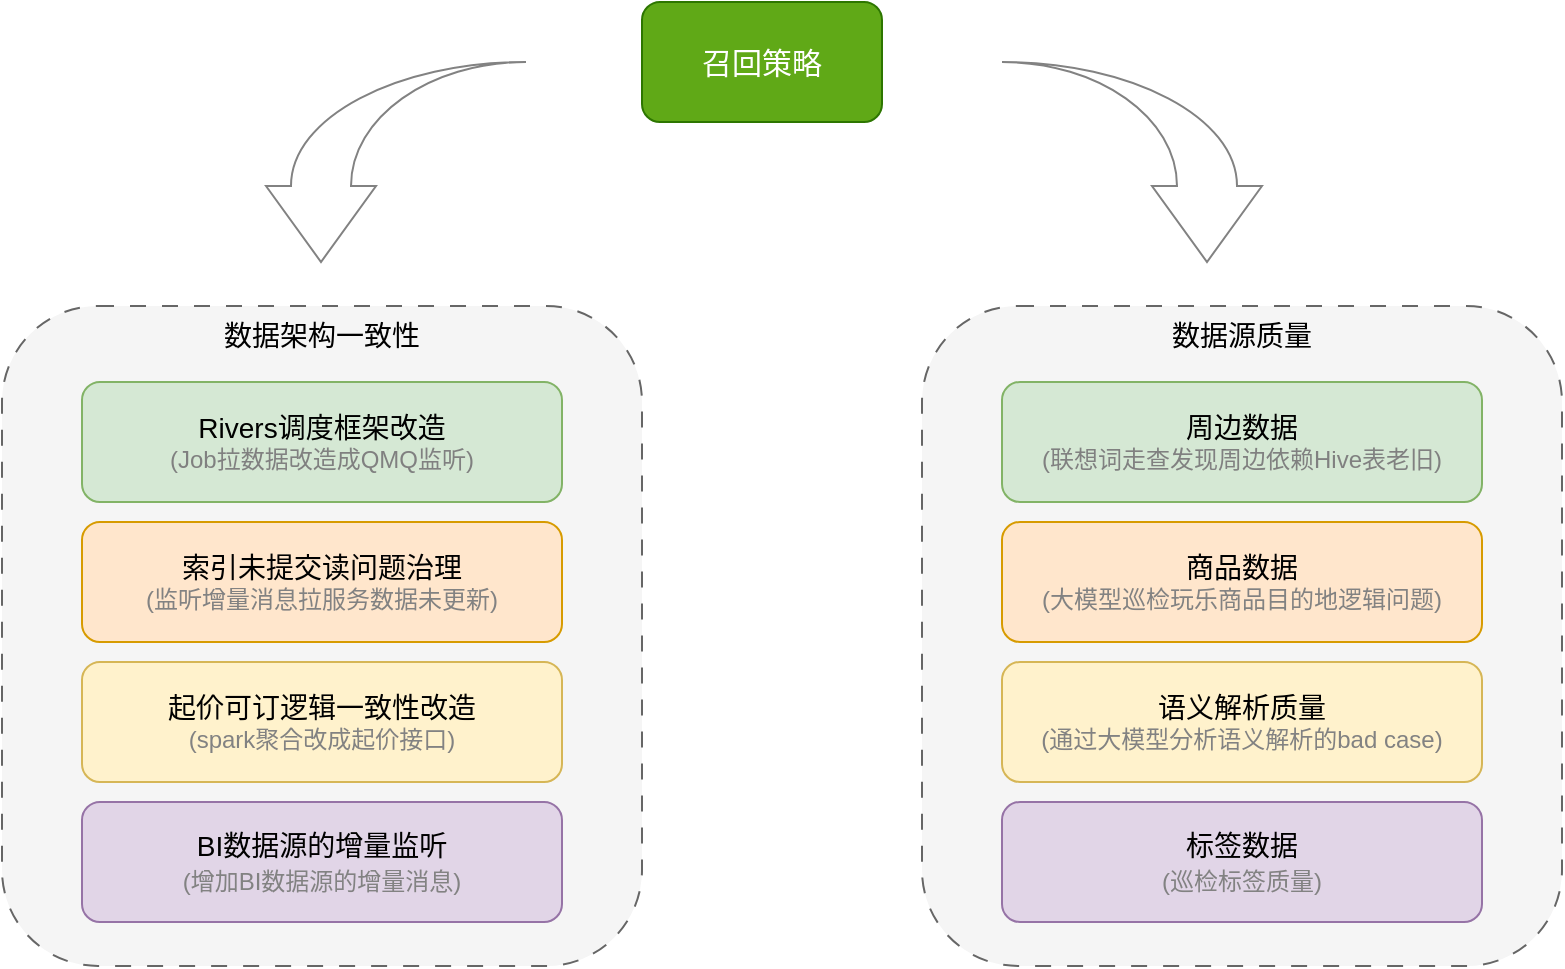
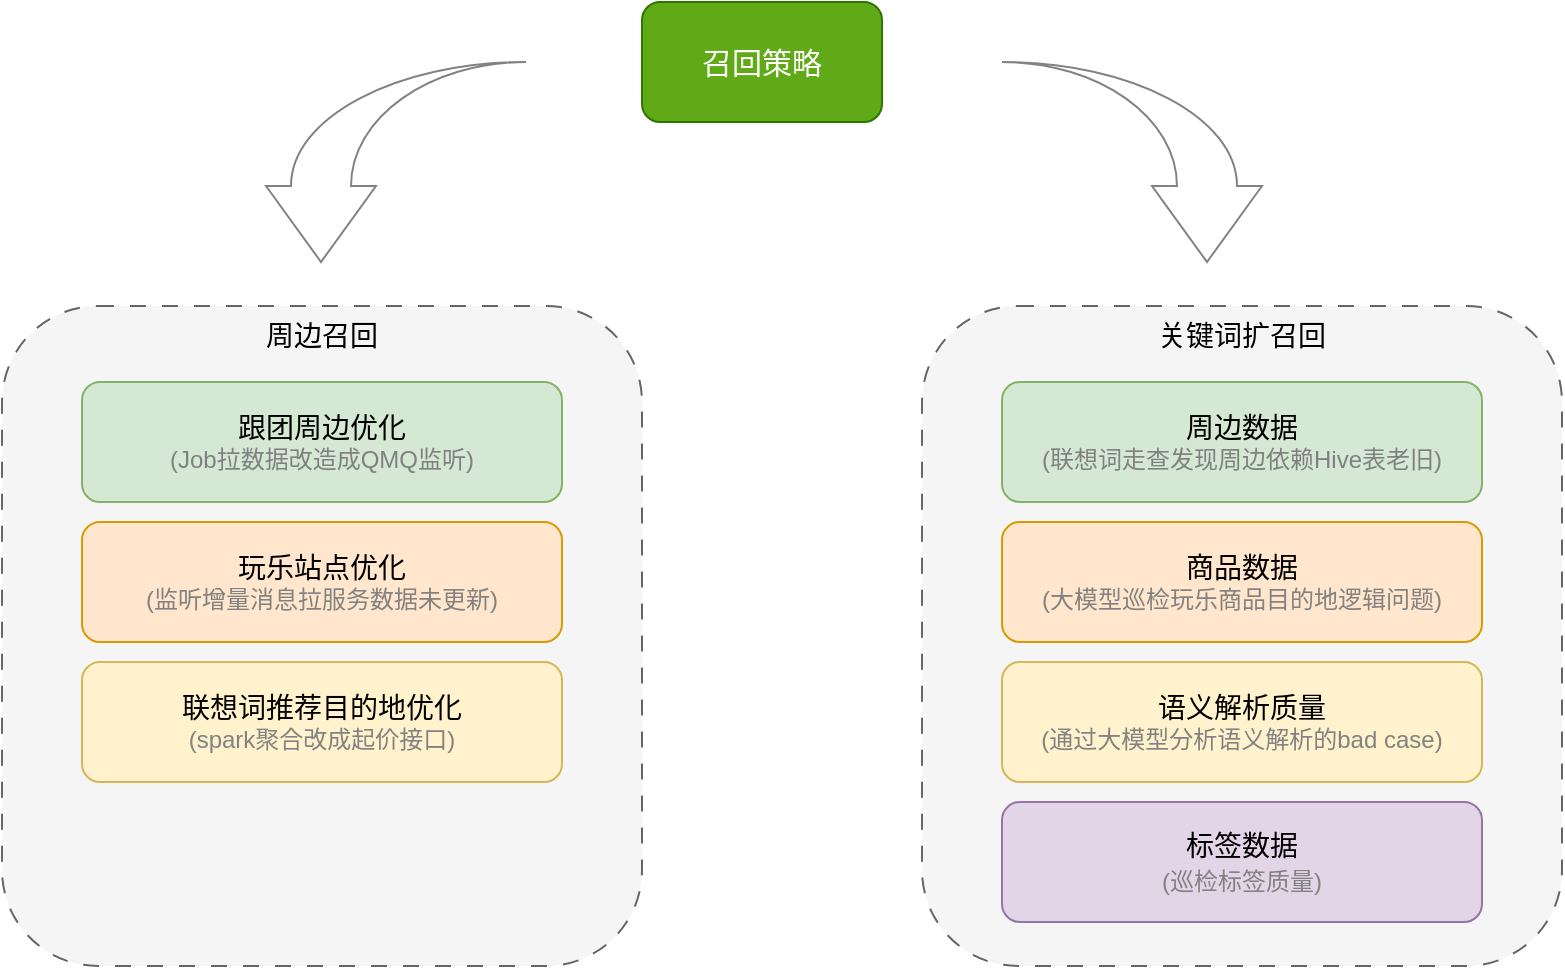
<mxfile host="app.diagrams.net">
  <diagram name="第 1 页" id="HggIV__XsqTyonJ1V2dg">
    <mxGraphModel dx="1414" dy="743" grid="1" gridSize="10" guides="1" tooltips="1" connect="1" arrows="1" fold="1" page="1" pageScale="1" pageWidth="827" pageHeight="1169" math="0" shadow="0">
      <root>
        <mxCell id="0" />
        <mxCell id="1" parent="0" />
        <mxCell id="tiq02iPz70t7-fE421Gr-2" connectable="0" parent="1" style="group" value="" vertex="1">
          <mxGeometry height="482" width="780" x="30" y="20" as="geometry" />
        </mxCell>
        <mxCell id="tiq02iPz70t7-fE421Gr-3" parent="tiq02iPz70t7-fE421Gr-2" style="rounded=1;whiteSpace=wrap;html=1;fillColor=#60a917;strokeColor=#2D7600;fontColor=#ffffff;" value="&lt;font style=&quot;font-size: 15px;&quot;&gt;召回策略&lt;/font&gt;" vertex="1">
          <mxGeometry height="60" width="120" x="320" as="geometry" />
        </mxCell>
        <mxCell id="tiq02iPz70t7-fE421Gr-4" parent="tiq02iPz70t7-fE421Gr-2" style="rounded=1;whiteSpace=wrap;html=1;dashed=1;dashPattern=8 8;fillColor=#f5f5f5;fontColor=#333333;strokeColor=#666666;" value="" vertex="1">
          <mxGeometry height="330" width="320" y="152" as="geometry" />
        </mxCell>
-         <mxCell id="tiq02iPz70t7-fE421Gr-5" parent="tiq02iPz70t7-fE421Gr-2" style="rounded=1;whiteSpace=wrap;html=1;fillColor=#d5e8d4;strokeColor=#82b366;" value="&lt;font style=&quot;font-size: 14px;&quot;&gt;Rivers调度框架改造&lt;/font&gt;&lt;div&gt;&lt;span style=&quot;color: light-dark(rgb(128, 128, 128), rgb(255, 255, 255));&quot;&gt;(Job拉数据&lt;span style=&quot;background-color: transparent;&quot;&gt;改造成QMQ监听)&lt;/span&gt;&lt;/span&gt;&lt;/div&gt;" vertex="1">
+         <mxCell id="tiq02iPz70t7-fE421Gr-5" parent="tiq02iPz70t7-fE421Gr-2" style="rounded=1;whiteSpace=wrap;html=1;fillColor=#d5e8d4;strokeColor=#82b366;" value="&lt;font style=&quot;font-size: 14px;&quot;&gt;跟团周边优化&lt;/font&gt;&lt;div&gt;&lt;span style=&quot;color: light-dark(rgb(128, 128, 128), rgb(255, 255, 255));&quot;&gt;(Job拉数据&lt;span style=&quot;background-color: transparent;&quot;&gt;改造成QMQ监听)&lt;/span&gt;&lt;/span&gt;&lt;/div&gt;" vertex="1">
          <mxGeometry height="60" width="240" x="40" y="190" as="geometry" />
        </mxCell>
-         <mxCell id="tiq02iPz70t7-fE421Gr-6" parent="tiq02iPz70t7-fE421Gr-2" style="rounded=1;whiteSpace=wrap;html=1;fillColor=#ffe6cc;strokeColor=#d79b00;" value="&lt;div data-page-id=&quot;RyA2dkQfAo6vjfxjHSMc7yh9nOb&quot; data-lark-html-role=&quot;root&quot; data-docx-has-block-data=&quot;false&quot;&gt;&lt;div class=&quot;old-record-id-T3LcdIdbMojNDJxLqQOcARHGnTf&quot;&gt;&lt;font style=&quot;font-size: 14px;&quot;&gt;索引未提交读问题治理&lt;/font&gt;&lt;/div&gt;&lt;div class=&quot;old-record-id-T3LcdIdbMojNDJxLqQOcARHGnTf&quot;&gt;&lt;font style=&quot;color: rgb(130, 130, 130);&quot;&gt;(监听增量消息拉服务数据未更新)&lt;/font&gt;&lt;/div&gt;&lt;/div&gt;&lt;span data-lark-record-data=&quot;{&amp;quot;rootId&amp;quot;:&amp;quot;RyA2dkQfAo6vjfxjHSMc7yh9nOb&amp;quot;,&amp;quot;text&amp;quot;:{&amp;quot;initialAttributedTexts&amp;quot;:{&amp;quot;text&amp;quot;:{&amp;quot;0&amp;quot;:&amp;quot;索引未提交读问题治理&amp;quot;},&amp;quot;attribs&amp;quot;:{&amp;quot;0&amp;quot;:&amp;quot;*0+a&amp;quot;}},&amp;quot;apool&amp;quot;:{&amp;quot;numToAttrib&amp;quot;:{&amp;quot;0&amp;quot;:[&amp;quot;author&amp;quot;,&amp;quot;7514862704348151811&amp;quot;]},&amp;quot;nextNum&amp;quot;:1}},&amp;quot;type&amp;quot;:&amp;quot;text&amp;quot;,&amp;quot;referenceRecordMap&amp;quot;:{},&amp;quot;extra&amp;quot;:{&amp;quot;channel&amp;quot;:&amp;quot;saas&amp;quot;,&amp;quot;isEqualBlockSelection&amp;quot;:false,&amp;quot;pasteRandomId&amp;quot;:&amp;quot;af7d7ebb-5849-4b27-9374-e3078228d6c2&amp;quot;,&amp;quot;mention_page_title&amp;quot;:{},&amp;quot;external_mention_url&amp;quot;:{}},&amp;quot;isKeepQuoteContainer&amp;quot;:false,&amp;quot;isFromCode&amp;quot;:false,&amp;quot;selection&amp;quot;:[{&amp;quot;id&amp;quot;:904,&amp;quot;type&amp;quot;:&amp;quot;text&amp;quot;,&amp;quot;selection&amp;quot;:{&amp;quot;start&amp;quot;:0,&amp;quot;end&amp;quot;:10},&amp;quot;recordId&amp;quot;:&amp;quot;T3LcdIdbMojNDJxLqQOcARHGnTf&amp;quot;}],&amp;quot;payloadMap&amp;quot;:{},&amp;quot;isCut&amp;quot;:false}&quot; data-lark-record-format=&quot;docx/text&quot; class=&quot;lark-record-clipboard&quot;&gt;&lt;/span&gt;" vertex="1">
+         <mxCell id="tiq02iPz70t7-fE421Gr-6" parent="tiq02iPz70t7-fE421Gr-2" style="rounded=1;whiteSpace=wrap;html=1;fillColor=#ffe6cc;strokeColor=#d79b00;" value="&lt;div data-page-id=&quot;RyA2dkQfAo6vjfxjHSMc7yh9nOb&quot; data-lark-html-role=&quot;root&quot; data-docx-has-block-data=&quot;false&quot;&gt;&lt;div class=&quot;old-record-id-T3LcdIdbMojNDJxLqQOcARHGnTf&quot;&gt;&lt;font style=&quot;font-size: 14px;&quot;&gt;玩乐站点优化&lt;/font&gt;&lt;/div&gt;&lt;div class=&quot;old-record-id-T3LcdIdbMojNDJxLqQOcARHGnTf&quot;&gt;&lt;font style=&quot;color: rgb(130, 130, 130);&quot;&gt;(监听增量消息拉服务数据未更新)&lt;/font&gt;&lt;/div&gt;&lt;/div&gt;&lt;span data-lark-record-data=&quot;{&amp;quot;rootId&amp;quot;:&amp;quot;RyA2dkQfAo6vjfxjHSMc7yh9nOb&amp;quot;,&amp;quot;text&amp;quot;:{&amp;quot;initialAttributedTexts&amp;quot;:{&amp;quot;text&amp;quot;:{&amp;quot;0&amp;quot;:&amp;quot;索引未提交读问题治理&amp;quot;},&amp;quot;attribs&amp;quot;:{&amp;quot;0&amp;quot;:&amp;quot;*0+a&amp;quot;}},&amp;quot;apool&amp;quot;:{&amp;quot;numToAttrib&amp;quot;:{&amp;quot;0&amp;quot;:[&amp;quot;author&amp;quot;,&amp;quot;7514862704348151811&amp;quot;]},&amp;quot;nextNum&amp;quot;:1}},&amp;quot;type&amp;quot;:&amp;quot;text&amp;quot;,&amp;quot;referenceRecordMap&amp;quot;:{},&amp;quot;extra&amp;quot;:{&amp;quot;channel&amp;quot;:&amp;quot;saas&amp;quot;,&amp;quot;isEqualBlockSelection&amp;quot;:false,&amp;quot;pasteRandomId&amp;quot;:&amp;quot;af7d7ebb-5849-4b27-9374-e3078228d6c2&amp;quot;,&amp;quot;mention_page_title&amp;quot;:{},&amp;quot;external_mention_url&amp;quot;:{}},&amp;quot;isKeepQuoteContainer&amp;quot;:false,&amp;quot;isFromCode&amp;quot;:false,&amp;quot;selection&amp;quot;:[{&amp;quot;id&amp;quot;:904,&amp;quot;type&amp;quot;:&amp;quot;text&amp;quot;,&amp;quot;selection&amp;quot;:{&amp;quot;start&amp;quot;:0,&amp;quot;end&amp;quot;:10},&amp;quot;recordId&amp;quot;:&amp;quot;T3LcdIdbMojNDJxLqQOcARHGnTf&amp;quot;}],&amp;quot;payloadMap&amp;quot;:{},&amp;quot;isCut&amp;quot;:false}&quot; data-lark-record-format=&quot;docx/text&quot; class=&quot;lark-record-clipboard&quot;&gt;&lt;/span&gt;" vertex="1">
          <mxGeometry height="60" width="240" x="40" y="260" as="geometry" />
        </mxCell>
-         <mxCell id="tiq02iPz70t7-fE421Gr-7" parent="tiq02iPz70t7-fE421Gr-2" style="rounded=1;whiteSpace=wrap;html=1;fillColor=#fff2cc;strokeColor=#d6b656;" value="&lt;div data-page-id=&quot;RyA2dkQfAo6vjfxjHSMc7yh9nOb&quot; data-lark-html-role=&quot;root&quot; data-docx-has-block-data=&quot;false&quot;&gt;&lt;div class=&quot;old-record-id-T3LcdIdbMojNDJxLqQOcARHGnTf&quot;&gt;&lt;span style=&quot;background-color: transparent; color: light-dark(rgb(0, 0, 0), rgb(255, 255, 255));&quot;&gt;&lt;span style=&quot;font-size: 14px;&quot;&gt;起价可订逻辑一致性改造&lt;/span&gt;&lt;/span&gt;&lt;/div&gt;&lt;div class=&quot;old-record-id-T3LcdIdbMojNDJxLqQOcARHGnTf&quot;&gt;&lt;span style=&quot;background-color: transparent; color: light-dark(rgb(130, 130, 130), rgb(255, 255, 255));&quot;&gt;(spark聚合改成起价接口)&lt;/span&gt;&lt;/div&gt;&lt;/div&gt;&lt;span data-lark-record-data=&quot;{&amp;quot;rootId&amp;quot;:&amp;quot;RyA2dkQfAo6vjfxjHSMc7yh9nOb&amp;quot;,&amp;quot;text&amp;quot;:{&amp;quot;initialAttributedTexts&amp;quot;:{&amp;quot;text&amp;quot;:{&amp;quot;0&amp;quot;:&amp;quot;索引未提交读问题治理&amp;quot;},&amp;quot;attribs&amp;quot;:{&amp;quot;0&amp;quot;:&amp;quot;*0+a&amp;quot;}},&amp;quot;apool&amp;quot;:{&amp;quot;numToAttrib&amp;quot;:{&amp;quot;0&amp;quot;:[&amp;quot;author&amp;quot;,&amp;quot;7514862704348151811&amp;quot;]},&amp;quot;nextNum&amp;quot;:1}},&amp;quot;type&amp;quot;:&amp;quot;text&amp;quot;,&amp;quot;referenceRecordMap&amp;quot;:{},&amp;quot;extra&amp;quot;:{&amp;quot;channel&amp;quot;:&amp;quot;saas&amp;quot;,&amp;quot;isEqualBlockSelection&amp;quot;:false,&amp;quot;pasteRandomId&amp;quot;:&amp;quot;af7d7ebb-5849-4b27-9374-e3078228d6c2&amp;quot;,&amp;quot;mention_page_title&amp;quot;:{},&amp;quot;external_mention_url&amp;quot;:{}},&amp;quot;isKeepQuoteContainer&amp;quot;:false,&amp;quot;isFromCode&amp;quot;:false,&amp;quot;selection&amp;quot;:[{&amp;quot;id&amp;quot;:904,&amp;quot;type&amp;quot;:&amp;quot;text&amp;quot;,&amp;quot;selection&amp;quot;:{&amp;quot;start&amp;quot;:0,&amp;quot;end&amp;quot;:10},&amp;quot;recordId&amp;quot;:&amp;quot;T3LcdIdbMojNDJxLqQOcARHGnTf&amp;quot;}],&amp;quot;payloadMap&amp;quot;:{},&amp;quot;isCut&amp;quot;:false}&quot; data-lark-record-format=&quot;docx/text&quot; class=&quot;lark-record-clipboard&quot;&gt;&lt;/span&gt;" vertex="1">
+         <mxCell id="tiq02iPz70t7-fE421Gr-7" parent="tiq02iPz70t7-fE421Gr-2" style="rounded=1;whiteSpace=wrap;html=1;fillColor=#fff2cc;strokeColor=#d6b656;" value="&lt;div data-page-id=&quot;RyA2dkQfAo6vjfxjHSMc7yh9nOb&quot; data-lark-html-role=&quot;root&quot; data-docx-has-block-data=&quot;false&quot;&gt;&lt;div class=&quot;old-record-id-T3LcdIdbMojNDJxLqQOcARHGnTf&quot;&gt;&lt;span style=&quot;background-color: transparent; color: light-dark(rgb(0, 0, 0), rgb(255, 255, 255));&quot;&gt;&lt;span style=&quot;font-size: 14px;&quot;&gt;联想词推荐目的地优化&lt;/span&gt;&lt;/span&gt;&lt;/div&gt;&lt;div class=&quot;old-record-id-T3LcdIdbMojNDJxLqQOcARHGnTf&quot;&gt;&lt;span style=&quot;background-color: transparent; color: light-dark(rgb(130, 130, 130), rgb(255, 255, 255));&quot;&gt;(spark聚合改成起价接口)&lt;/span&gt;&lt;/div&gt;&lt;/div&gt;&lt;span data-lark-record-data=&quot;{&amp;quot;rootId&amp;quot;:&amp;quot;RyA2dkQfAo6vjfxjHSMc7yh9nOb&amp;quot;,&amp;quot;text&amp;quot;:{&amp;quot;initialAttributedTexts&amp;quot;:{&amp;quot;text&amp;quot;:{&amp;quot;0&amp;quot;:&amp;quot;索引未提交读问题治理&amp;quot;},&amp;quot;attribs&amp;quot;:{&amp;quot;0&amp;quot;:&amp;quot;*0+a&amp;quot;}},&amp;quot;apool&amp;quot;:{&amp;quot;numToAttrib&amp;quot;:{&amp;quot;0&amp;quot;:[&amp;quot;author&amp;quot;,&amp;quot;7514862704348151811&amp;quot;]},&amp;quot;nextNum&amp;quot;:1}},&amp;quot;type&amp;quot;:&amp;quot;text&amp;quot;,&amp;quot;referenceRecordMap&amp;quot;:{},&amp;quot;extra&amp;quot;:{&amp;quot;channel&amp;quot;:&amp;quot;saas&amp;quot;,&amp;quot;isEqualBlockSelection&amp;quot;:false,&amp;quot;pasteRandomId&amp;quot;:&amp;quot;af7d7ebb-5849-4b27-9374-e3078228d6c2&amp;quot;,&amp;quot;mention_page_title&amp;quot;:{},&amp;quot;external_mention_url&amp;quot;:{}},&amp;quot;isKeepQuoteContainer&amp;quot;:false,&amp;quot;isFromCode&amp;quot;:false,&amp;quot;selection&amp;quot;:[{&amp;quot;id&amp;quot;:904,&amp;quot;type&amp;quot;:&amp;quot;text&amp;quot;,&amp;quot;selection&amp;quot;:{&amp;quot;start&amp;quot;:0,&amp;quot;end&amp;quot;:10},&amp;quot;recordId&amp;quot;:&amp;quot;T3LcdIdbMojNDJxLqQOcARHGnTf&amp;quot;}],&amp;quot;payloadMap&amp;quot;:{},&amp;quot;isCut&amp;quot;:false}&quot; data-lark-record-format=&quot;docx/text&quot; class=&quot;lark-record-clipboard&quot;&gt;&lt;/span&gt;" vertex="1">
          <mxGeometry height="60" width="240" x="40" y="330" as="geometry" />
        </mxCell>
-         <mxCell id="tiq02iPz70t7-fE421Gr-8" parent="tiq02iPz70t7-fE421Gr-2" style="rounded=1;whiteSpace=wrap;html=1;fillColor=#e1d5e7;strokeColor=#9673a6;" value="&lt;div data-page-id=&quot;RyA2dkQfAo6vjfxjHSMc7yh9nOb&quot; data-lark-html-role=&quot;root&quot; data-docx-has-block-data=&quot;false&quot;&gt;&lt;div class=&quot;old-record-id-T3LcdIdbMojNDJxLqQOcARHGnTf&quot;&gt;&lt;font style=&quot;font-size: 14px;&quot;&gt;BI数据源的增量监听&lt;/font&gt;&lt;/div&gt;&lt;div class=&quot;old-record-id-T3LcdIdbMojNDJxLqQOcARHGnTf&quot;&gt;&lt;font style=&quot;font-size: 14px;&quot;&gt;&lt;span style=&quot;font-size: 12px; color: rgb(130, 130, 130);&quot;&gt;(增加BI数据源的增量消息)&lt;/span&gt;&lt;/font&gt;&lt;/div&gt;&lt;/div&gt;&lt;span data-lark-record-data=&quot;{&amp;quot;rootId&amp;quot;:&amp;quot;RyA2dkQfAo6vjfxjHSMc7yh9nOb&amp;quot;,&amp;quot;text&amp;quot;:{&amp;quot;initialAttributedTexts&amp;quot;:{&amp;quot;text&amp;quot;:{&amp;quot;0&amp;quot;:&amp;quot;索引未提交读问题治理&amp;quot;},&amp;quot;attribs&amp;quot;:{&amp;quot;0&amp;quot;:&amp;quot;*0+a&amp;quot;}},&amp;quot;apool&amp;quot;:{&amp;quot;numToAttrib&amp;quot;:{&amp;quot;0&amp;quot;:[&amp;quot;author&amp;quot;,&amp;quot;7514862704348151811&amp;quot;]},&amp;quot;nextNum&amp;quot;:1}},&amp;quot;type&amp;quot;:&amp;quot;text&amp;quot;,&amp;quot;referenceRecordMap&amp;quot;:{},&amp;quot;extra&amp;quot;:{&amp;quot;channel&amp;quot;:&amp;quot;saas&amp;quot;,&amp;quot;isEqualBlockSelection&amp;quot;:false,&amp;quot;pasteRandomId&amp;quot;:&amp;quot;af7d7ebb-5849-4b27-9374-e3078228d6c2&amp;quot;,&amp;quot;mention_page_title&amp;quot;:{},&amp;quot;external_mention_url&amp;quot;:{}},&amp;quot;isKeepQuoteContainer&amp;quot;:false,&amp;quot;isFromCode&amp;quot;:false,&amp;quot;selection&amp;quot;:[{&amp;quot;id&amp;quot;:904,&amp;quot;type&amp;quot;:&amp;quot;text&amp;quot;,&amp;quot;selection&amp;quot;:{&amp;quot;start&amp;quot;:0,&amp;quot;end&amp;quot;:10},&amp;quot;recordId&amp;quot;:&amp;quot;T3LcdIdbMojNDJxLqQOcARHGnTf&amp;quot;}],&amp;quot;payloadMap&amp;quot;:{},&amp;quot;isCut&amp;quot;:false}&quot; data-lark-record-format=&quot;docx/text&quot; class=&quot;lark-record-clipboard&quot;&gt;&lt;/span&gt;" vertex="1">
-           <mxGeometry height="60" width="240" x="40" y="400" as="geometry" />
-         </mxCell>
-         <mxCell id="tiq02iPz70t7-fE421Gr-9" parent="tiq02iPz70t7-fE421Gr-2" style="text;html=1;whiteSpace=wrap;strokeColor=none;fillColor=none;align=center;verticalAlign=middle;rounded=0;fontSize=14;" value="数据架构一致性" vertex="1">
+         <mxCell id="tiq02iPz70t7-fE421Gr-9" parent="tiq02iPz70t7-fE421Gr-2" style="text;html=1;whiteSpace=wrap;strokeColor=none;fillColor=none;align=center;verticalAlign=middle;rounded=0;fontSize=14;" value="周边召回" vertex="1">
          <mxGeometry height="30" width="100" x="110" y="152" as="geometry" />
        </mxCell>
        <mxCell id="tiq02iPz70t7-fE421Gr-10" parent="tiq02iPz70t7-fE421Gr-2" style="rounded=1;whiteSpace=wrap;html=1;dashed=1;dashPattern=8 8;fillColor=#f5f5f5;fontColor=#333333;strokeColor=#666666;" value="" vertex="1">
          <mxGeometry height="330" width="320" x="460" y="152" as="geometry" />
        </mxCell>
        <mxCell id="tiq02iPz70t7-fE421Gr-11" parent="tiq02iPz70t7-fE421Gr-2" style="rounded=1;whiteSpace=wrap;html=1;fillColor=#d5e8d4;strokeColor=#82b366;" value="&lt;font style=&quot;font-size: 14px;&quot;&gt;周边数据&lt;/font&gt;&lt;div&gt;&lt;span style=&quot;color: light-dark(rgb(128, 128, 128), rgb(255, 255, 255));&quot;&gt;(联想词走查发现周边依赖Hive表老旧&lt;span style=&quot;background-color: transparent;&quot;&gt;)&lt;/span&gt;&lt;/span&gt;&lt;/div&gt;" vertex="1">
          <mxGeometry height="60" width="240" x="500" y="190" as="geometry" />
        </mxCell>
        <mxCell id="tiq02iPz70t7-fE421Gr-12" parent="tiq02iPz70t7-fE421Gr-2" style="rounded=1;whiteSpace=wrap;html=1;fillColor=#ffe6cc;strokeColor=#d79b00;" value="&lt;div data-page-id=&quot;RyA2dkQfAo6vjfxjHSMc7yh9nOb&quot; data-lark-html-role=&quot;root&quot; data-docx-has-block-data=&quot;false&quot;&gt;&lt;div class=&quot;old-record-id-T3LcdIdbMojNDJxLqQOcARHGnTf&quot;&gt;&lt;font style=&quot;font-size: 14px;&quot;&gt;商品数据&lt;/font&gt;&lt;/div&gt;&lt;div class=&quot;old-record-id-T3LcdIdbMojNDJxLqQOcARHGnTf&quot;&gt;&lt;font style=&quot;color: rgb(130, 130, 130);&quot;&gt;(大模型巡检玩乐商品目的地逻辑问题)&lt;/font&gt;&lt;/div&gt;&lt;/div&gt;&lt;span data-lark-record-data=&quot;{&amp;quot;rootId&amp;quot;:&amp;quot;RyA2dkQfAo6vjfxjHSMc7yh9nOb&amp;quot;,&amp;quot;text&amp;quot;:{&amp;quot;initialAttributedTexts&amp;quot;:{&amp;quot;text&amp;quot;:{&amp;quot;0&amp;quot;:&amp;quot;索引未提交读问题治理&amp;quot;},&amp;quot;attribs&amp;quot;:{&amp;quot;0&amp;quot;:&amp;quot;*0+a&amp;quot;}},&amp;quot;apool&amp;quot;:{&amp;quot;numToAttrib&amp;quot;:{&amp;quot;0&amp;quot;:[&amp;quot;author&amp;quot;,&amp;quot;7514862704348151811&amp;quot;]},&amp;quot;nextNum&amp;quot;:1}},&amp;quot;type&amp;quot;:&amp;quot;text&amp;quot;,&amp;quot;referenceRecordMap&amp;quot;:{},&amp;quot;extra&amp;quot;:{&amp;quot;channel&amp;quot;:&amp;quot;saas&amp;quot;,&amp;quot;isEqualBlockSelection&amp;quot;:false,&amp;quot;pasteRandomId&amp;quot;:&amp;quot;af7d7ebb-5849-4b27-9374-e3078228d6c2&amp;quot;,&amp;quot;mention_page_title&amp;quot;:{},&amp;quot;external_mention_url&amp;quot;:{}},&amp;quot;isKeepQuoteContainer&amp;quot;:false,&amp;quot;isFromCode&amp;quot;:false,&amp;quot;selection&amp;quot;:[{&amp;quot;id&amp;quot;:904,&amp;quot;type&amp;quot;:&amp;quot;text&amp;quot;,&amp;quot;selection&amp;quot;:{&amp;quot;start&amp;quot;:0,&amp;quot;end&amp;quot;:10},&amp;quot;recordId&amp;quot;:&amp;quot;T3LcdIdbMojNDJxLqQOcARHGnTf&amp;quot;}],&amp;quot;payloadMap&amp;quot;:{},&amp;quot;isCut&amp;quot;:false}&quot; data-lark-record-format=&quot;docx/text&quot; class=&quot;lark-record-clipboard&quot;&gt;&lt;/span&gt;" vertex="1">
          <mxGeometry height="60" width="240" x="500" y="260" as="geometry" />
        </mxCell>
        <mxCell id="tiq02iPz70t7-fE421Gr-13" parent="tiq02iPz70t7-fE421Gr-2" style="rounded=1;whiteSpace=wrap;html=1;fillColor=#fff2cc;strokeColor=#d6b656;" value="&lt;div data-page-id=&quot;RyA2dkQfAo6vjfxjHSMc7yh9nOb&quot; data-lark-html-role=&quot;root&quot; data-docx-has-block-data=&quot;false&quot;&gt;&lt;div class=&quot;old-record-id-T3LcdIdbMojNDJxLqQOcARHGnTf&quot;&gt;&lt;span style=&quot;font-size: 14px;&quot;&gt;语义解析质量&lt;/span&gt;&lt;/div&gt;&lt;div class=&quot;old-record-id-T3LcdIdbMojNDJxLqQOcARHGnTf&quot;&gt;&lt;span style=&quot;background-color: transparent; color: light-dark(rgb(130, 130, 130), rgb(255, 255, 255));&quot;&gt;(通过大模型分析语义解析的bad case)&lt;/span&gt;&lt;/div&gt;&lt;/div&gt;&lt;span data-lark-record-data=&quot;{&amp;quot;rootId&amp;quot;:&amp;quot;RyA2dkQfAo6vjfxjHSMc7yh9nOb&amp;quot;,&amp;quot;text&amp;quot;:{&amp;quot;initialAttributedTexts&amp;quot;:{&amp;quot;text&amp;quot;:{&amp;quot;0&amp;quot;:&amp;quot;索引未提交读问题治理&amp;quot;},&amp;quot;attribs&amp;quot;:{&amp;quot;0&amp;quot;:&amp;quot;*0+a&amp;quot;}},&amp;quot;apool&amp;quot;:{&amp;quot;numToAttrib&amp;quot;:{&amp;quot;0&amp;quot;:[&amp;quot;author&amp;quot;,&amp;quot;7514862704348151811&amp;quot;]},&amp;quot;nextNum&amp;quot;:1}},&amp;quot;type&amp;quot;:&amp;quot;text&amp;quot;,&amp;quot;referenceRecordMap&amp;quot;:{},&amp;quot;extra&amp;quot;:{&amp;quot;channel&amp;quot;:&amp;quot;saas&amp;quot;,&amp;quot;isEqualBlockSelection&amp;quot;:false,&amp;quot;pasteRandomId&amp;quot;:&amp;quot;af7d7ebb-5849-4b27-9374-e3078228d6c2&amp;quot;,&amp;quot;mention_page_title&amp;quot;:{},&amp;quot;external_mention_url&amp;quot;:{}},&amp;quot;isKeepQuoteContainer&amp;quot;:false,&amp;quot;isFromCode&amp;quot;:false,&amp;quot;selection&amp;quot;:[{&amp;quot;id&amp;quot;:904,&amp;quot;type&amp;quot;:&amp;quot;text&amp;quot;,&amp;quot;selection&amp;quot;:{&amp;quot;start&amp;quot;:0,&amp;quot;end&amp;quot;:10},&amp;quot;recordId&amp;quot;:&amp;quot;T3LcdIdbMojNDJxLqQOcARHGnTf&amp;quot;}],&amp;quot;payloadMap&amp;quot;:{},&amp;quot;isCut&amp;quot;:false}&quot; data-lark-record-format=&quot;docx/text&quot; class=&quot;lark-record-clipboard&quot;&gt;&lt;/span&gt;" vertex="1">
          <mxGeometry height="60" width="240" x="500" y="330" as="geometry" />
        </mxCell>
        <mxCell id="tiq02iPz70t7-fE421Gr-14" parent="tiq02iPz70t7-fE421Gr-2" style="rounded=1;whiteSpace=wrap;html=1;fillColor=#e1d5e7;strokeColor=#9673a6;" value="&lt;div data-page-id=&quot;RyA2dkQfAo6vjfxjHSMc7yh9nOb&quot; data-lark-html-role=&quot;root&quot; data-docx-has-block-data=&quot;false&quot;&gt;&lt;div class=&quot;old-record-id-T3LcdIdbMojNDJxLqQOcARHGnTf&quot;&gt;&lt;font style=&quot;font-size: 14px;&quot;&gt;标签数据&lt;/font&gt;&lt;/div&gt;&lt;div class=&quot;old-record-id-T3LcdIdbMojNDJxLqQOcARHGnTf&quot;&gt;&lt;font style=&quot;font-size: 14px;&quot;&gt;&lt;span style=&quot;font-size: 12px; color: rgb(130, 130, 130);&quot;&gt;(巡检标签质量)&lt;/span&gt;&lt;/font&gt;&lt;/div&gt;&lt;/div&gt;&lt;span data-lark-record-data=&quot;{&amp;quot;rootId&amp;quot;:&amp;quot;RyA2dkQfAo6vjfxjHSMc7yh9nOb&amp;quot;,&amp;quot;text&amp;quot;:{&amp;quot;initialAttributedTexts&amp;quot;:{&amp;quot;text&amp;quot;:{&amp;quot;0&amp;quot;:&amp;quot;索引未提交读问题治理&amp;quot;},&amp;quot;attribs&amp;quot;:{&amp;quot;0&amp;quot;:&amp;quot;*0+a&amp;quot;}},&amp;quot;apool&amp;quot;:{&amp;quot;numToAttrib&amp;quot;:{&amp;quot;0&amp;quot;:[&amp;quot;author&amp;quot;,&amp;quot;7514862704348151811&amp;quot;]},&amp;quot;nextNum&amp;quot;:1}},&amp;quot;type&amp;quot;:&amp;quot;text&amp;quot;,&amp;quot;referenceRecordMap&amp;quot;:{},&amp;quot;extra&amp;quot;:{&amp;quot;channel&amp;quot;:&amp;quot;saas&amp;quot;,&amp;quot;isEqualBlockSelection&amp;quot;:false,&amp;quot;pasteRandomId&amp;quot;:&amp;quot;af7d7ebb-5849-4b27-9374-e3078228d6c2&amp;quot;,&amp;quot;mention_page_title&amp;quot;:{},&amp;quot;external_mention_url&amp;quot;:{}},&amp;quot;isKeepQuoteContainer&amp;quot;:false,&amp;quot;isFromCode&amp;quot;:false,&amp;quot;selection&amp;quot;:[{&amp;quot;id&amp;quot;:904,&amp;quot;type&amp;quot;:&amp;quot;text&amp;quot;,&amp;quot;selection&amp;quot;:{&amp;quot;start&amp;quot;:0,&amp;quot;end&amp;quot;:10},&amp;quot;recordId&amp;quot;:&amp;quot;T3LcdIdbMojNDJxLqQOcARHGnTf&amp;quot;}],&amp;quot;payloadMap&amp;quot;:{},&amp;quot;isCut&amp;quot;:false}&quot; data-lark-record-format=&quot;docx/text&quot; class=&quot;lark-record-clipboard&quot;&gt;&lt;/span&gt;" vertex="1">
          <mxGeometry height="60" width="240" x="500" y="400" as="geometry" />
        </mxCell>
-         <mxCell id="tiq02iPz70t7-fE421Gr-15" parent="tiq02iPz70t7-fE421Gr-2" style="text;html=1;whiteSpace=wrap;strokeColor=none;fillColor=none;align=center;verticalAlign=middle;rounded=0;fontSize=14;" value="数据源质量" vertex="1">
+         <mxCell id="tiq02iPz70t7-fE421Gr-15" parent="tiq02iPz70t7-fE421Gr-2" style="text;html=1;whiteSpace=wrap;strokeColor=none;fillColor=none;align=center;verticalAlign=middle;rounded=0;fontSize=14;" value="关键词扩召回" vertex="1">
          <mxGeometry height="30" width="100" x="570" y="152" as="geometry" />
        </mxCell>
        <mxCell id="tiq02iPz70t7-fE421Gr-16" parent="tiq02iPz70t7-fE421Gr-2" style="html=1;shadow=0;dashed=0;align=center;verticalAlign=middle;shape=mxgraph.arrows2.jumpInArrow;dy=15;dx=38;arrowHead=55;strokeColor=#828282;direction=south;" value="" vertex="1">
          <mxGeometry height="100" width="130" x="500" y="30" as="geometry" />
        </mxCell>
        <mxCell id="tiq02iPz70t7-fE421Gr-17" parent="tiq02iPz70t7-fE421Gr-2" style="html=1;shadow=0;dashed=0;align=center;verticalAlign=middle;shape=mxgraph.arrows2.jumpInArrow;dy=15;dx=38;arrowHead=55;direction=north;flipV=1;legacyAnchorPoints=0;strokeColor=#828282;" value="" vertex="1">
          <mxGeometry height="100" width="130" x="132" y="30" as="geometry" />
        </mxCell>
      </root>
    </mxGraphModel>
  </diagram>
</mxfile>
